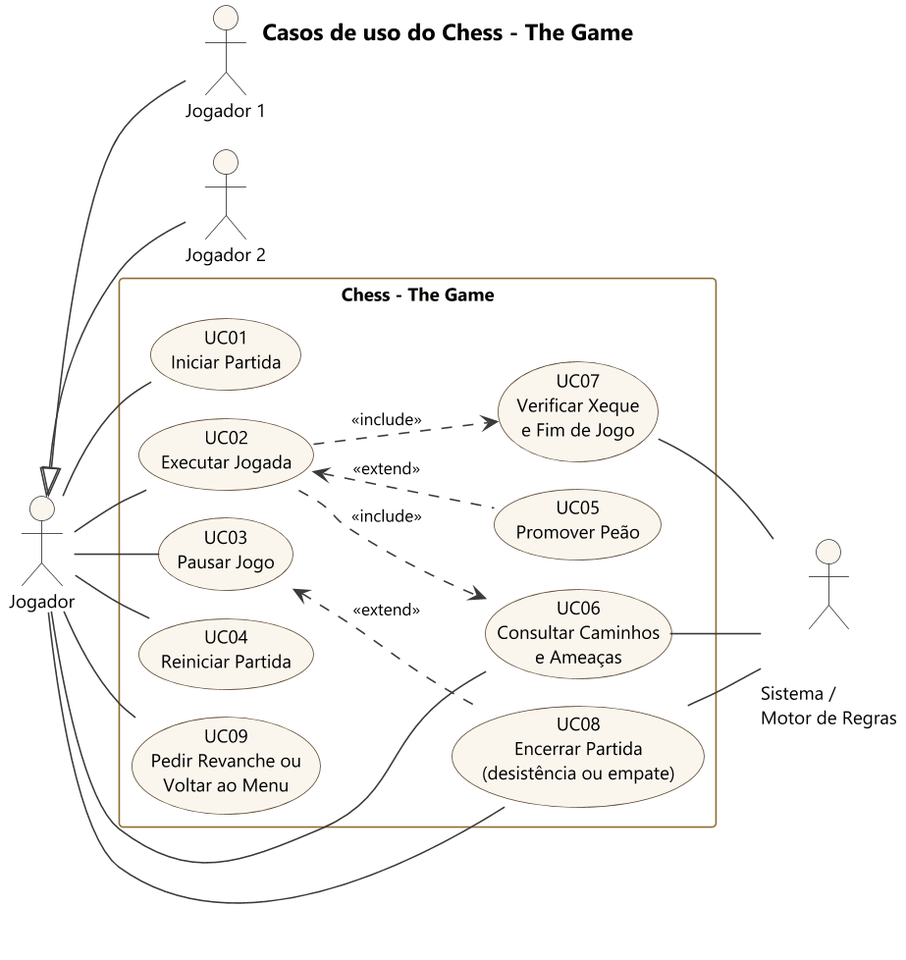
Before: docs/uml/img/casos_de_uso.png, a diagram exported from PlantUML (Kauhan33/chess-the-game). Its source is kept beside it as docs/uml/casos_de_uso.puml. The source it was exported from:
```plantuml
@startuml casos_de_uso
!pragma layout smetana
!include _estilo.iuml
title Casos de uso do Chess - The Game
left to right direction

actor "Jogador" as Jogador
actor "Jogador 1" as J1
actor "Jogador 2" as J2
actor "\n\nSistema /\nMotor de Regras" as Motor

J1 -up-|> Jogador
J2 -up-|> Jogador

rectangle "Chess - The Game" {
  usecase "UC01\nIniciar Partida" as UC01
  usecase "UC02\nExecutar Jogada" as UC02
  usecase "UC03\nPausar Jogo" as UC03
  usecase "UC04\nReiniciar Partida" as UC04
  usecase "UC05\nPromover Peão" as UC05
  usecase "UC06\nConsultar Caminhos\ne Ameaças" as UC06
  usecase "UC07\nVerificar Xeque\ne Fim de Jogo" as UC07
  usecase "UC08\nEncerrar Partida\n(desistência ou empate)" as UC08
  usecase "UC09\nPedir Revanche ou\nVoltar ao Menu" as UC09
}

Jogador -- UC01
Jogador -- UC02
Jogador -- UC03
Jogador -- UC04
Jogador -- UC06
Jogador -- UC08
Jogador -- UC09

UC02 ..> UC06 : <<include>>
UC02 ..> UC07 : <<include>>
UC05 .up.> UC02 : <<extend>>
UC08 .up.> UC03 : <<extend>>

UC06 -- Motor
UC07 -- Motor
UC08 -- Motor
@enduml
```
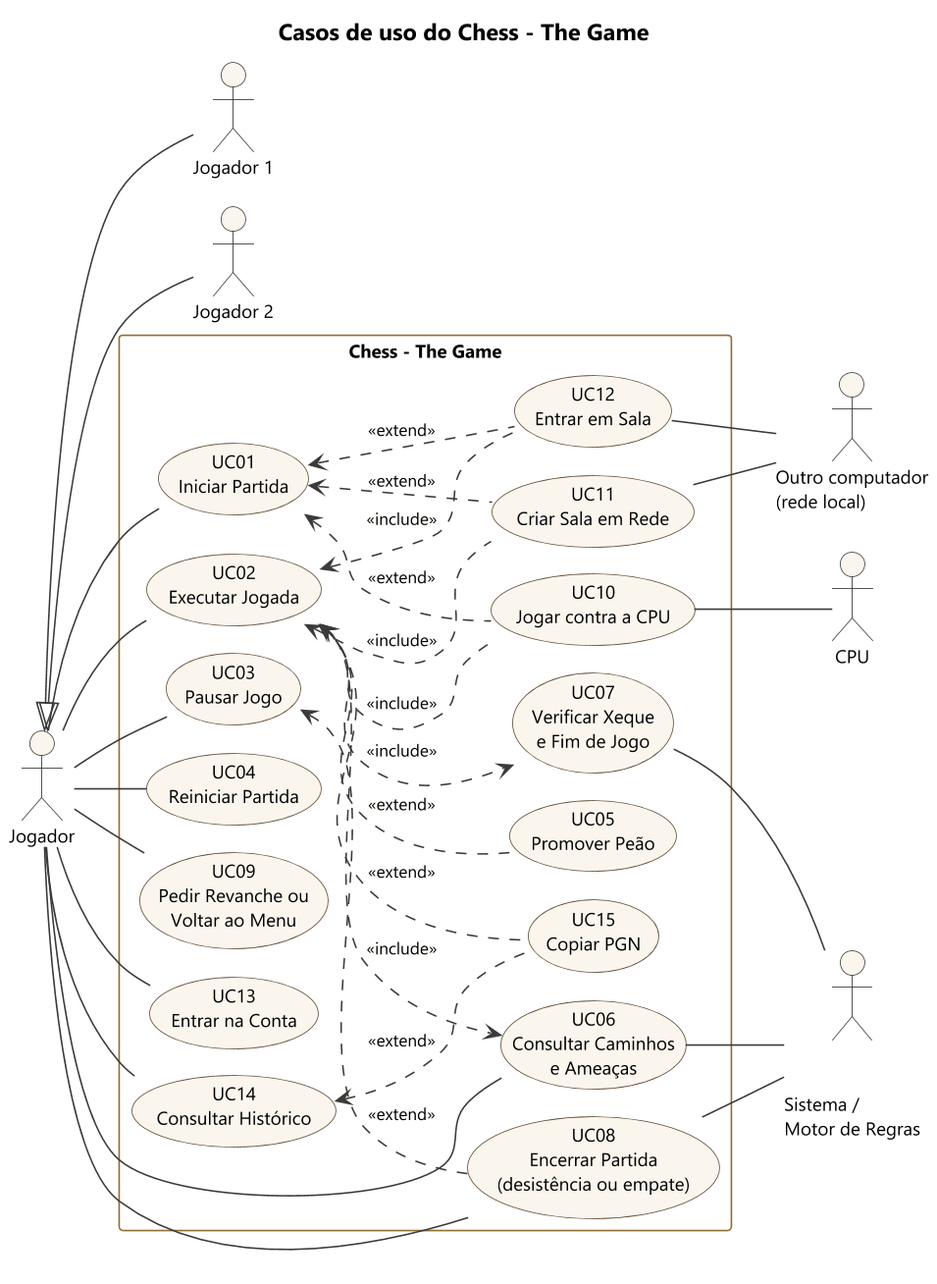
After the change.

What changed in the source:
```diff
@@ -8,6 +8,8 @@
 actor "Jogador 1" as J1
 actor "Jogador 2" as J2
 actor "\n\nSistema /\nMotor de Regras" as Motor
+actor "CPU" as CPU
+actor "Outro computador\n(rede local)" as Rede
 
 J1 -up-|> Jogador
 J2 -up-|> Jogador
@@ -22,8 +24,16 @@
   usecase "UC07\nVerificar Xeque\ne Fim de Jogo" as UC07
   usecase "UC08\nEncerrar Partida\n(desistência ou empate)" as UC08
   usecase "UC09\nPedir Revanche ou\nVoltar ao Menu" as UC09
+  usecase "UC10\nJogar contra a CPU" as UC10
+  usecase "UC11\nCriar Sala em Rede" as UC11
+  usecase "UC12\nEntrar em Sala" as UC12
+  usecase "UC13\nEntrar na Conta" as UC13
+  usecase "UC14\nConsultar Histórico" as UC14
+  usecase "UC15\nCopiar PGN" as UC15
 }
 
+Jogador -- UC13
+Jogador -- UC14
 Jogador -- UC01
 Jogador -- UC02
 Jogador -- UC03
@@ -36,8 +46,19 @@
 UC02 ..> UC07 : <<include>>
 UC05 .up.> UC02 : <<extend>>
 UC08 .up.> UC03 : <<extend>>
+UC01 <.. UC10 : <<extend>>
+UC02 <.. UC10 : <<include>>
+UC01 <.. UC11 : <<extend>>
+UC02 <.. UC11 : <<include>>
+UC01 <.. UC12 : <<extend>>
+UC02 <.. UC12 : <<include>>
+UC14 <.. UC15 : <<extend>>
+UC02 <.. UC15 : <<extend>>
 
 UC06 -- Motor
 UC07 -- Motor
 UC08 -- Motor
+UC10 -- CPU
+UC11 -- Rede
+UC12 -- Rede
 @enduml
```
